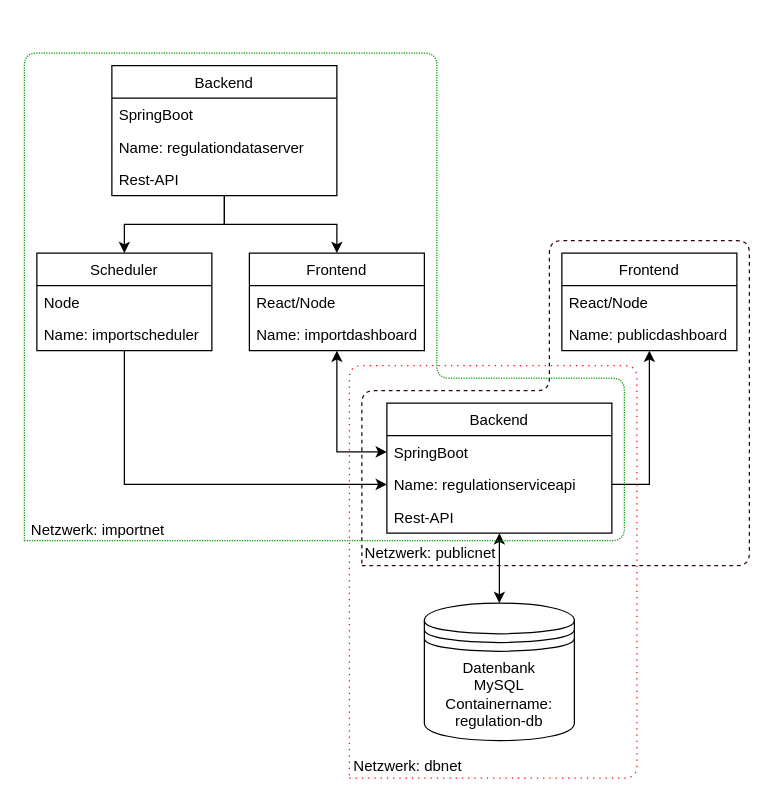
This is application_scheme.drawio from sefose/corona_rules, a draw.io file, before an edit. Source tidied: cells renumbered, new cells numbered last; positions are measured from the earlier drawing's top-left corner, leaving out a move shared by most shapes. Both pictures are drawn from the tidied source at 125%, with x=0, y=0 at pixel (21, 52).
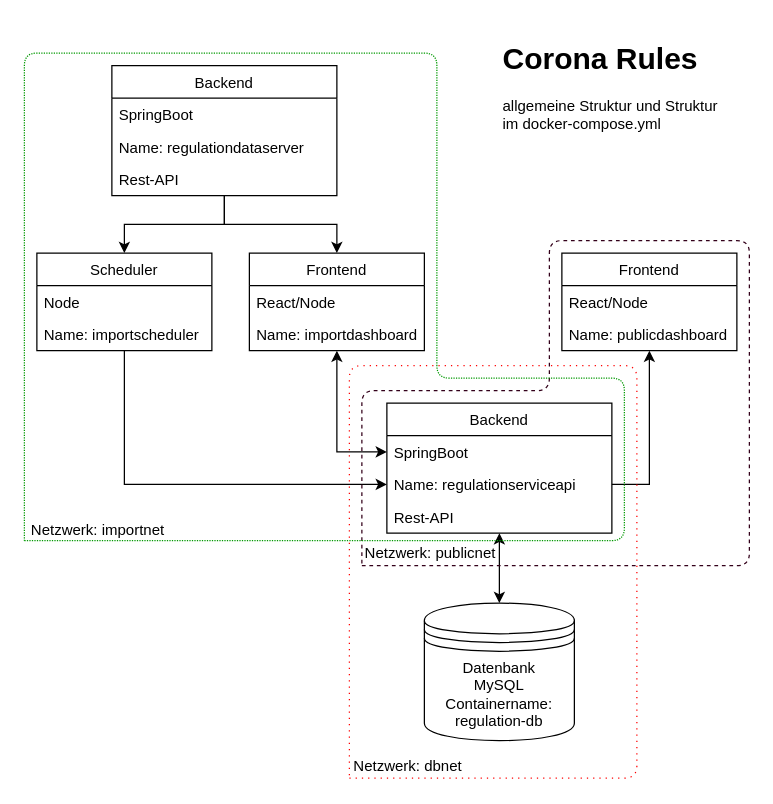
After the change.

What changed in the source:
```diff
@@
+    <mxCell id="32" value="&lt;h1&gt;Corona Rules&lt;/h1&gt;&lt;p&gt;allgemeine Struktur und Struktur im docker-compose.yml&lt;/p&gt;" style="text;html=1;strokeColor=none;fillColor=none;spacing=5;spacingTop=-20;whiteSpace=wrap;overflow=hidden;rounded=0;" parent="1" vertex="1">
+      <mxGeometry x="380" y="-15" width="190" height="120" as="geometry" />
+    </mxCell>
```
